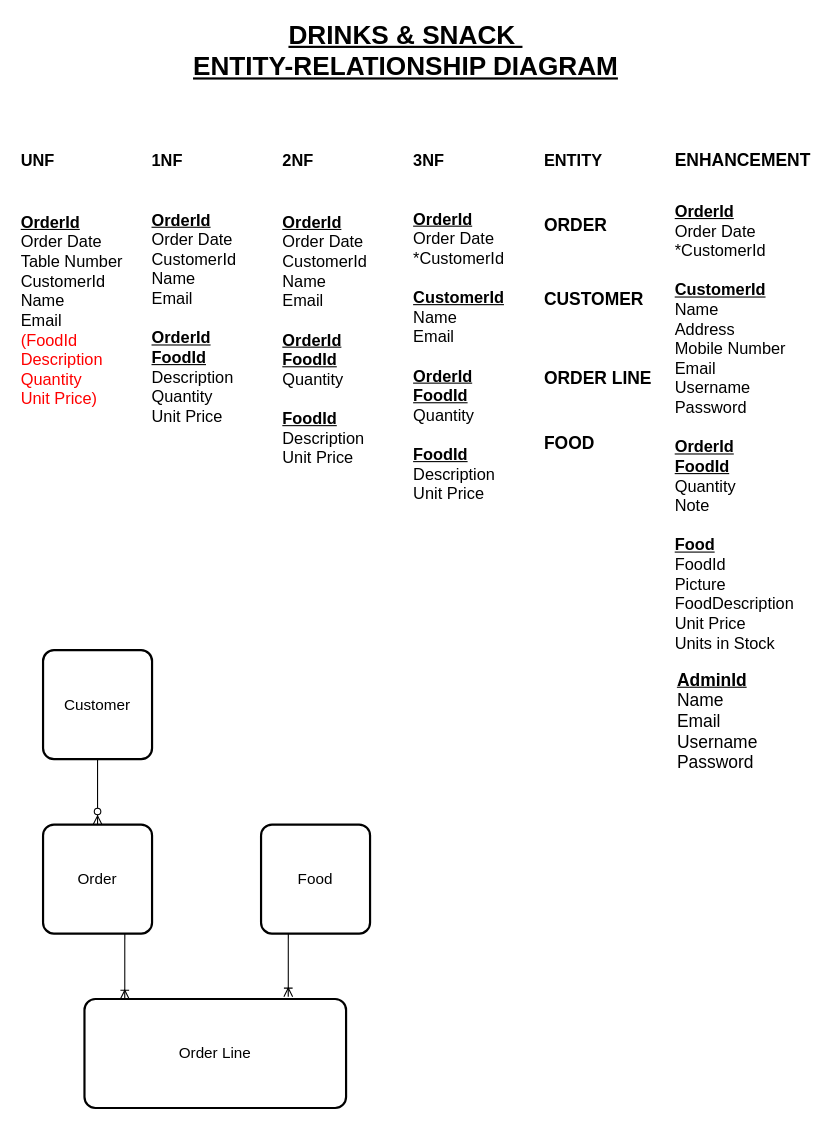
The draw.io diagram ISAD251_CW_ERD/ISAD251_CW_ERD.drawio in Stephen-Daniel/isad251_cw_2019, before the edit. Source tidied: cells renumbered, new cells numbered last; positions are measured from the earlier drawing's top-left corner, leaving out a move shared by most shapes. Both pictures are drawn from the tidied source at 109%, with x=0, y=0 at pixel (19, 39).
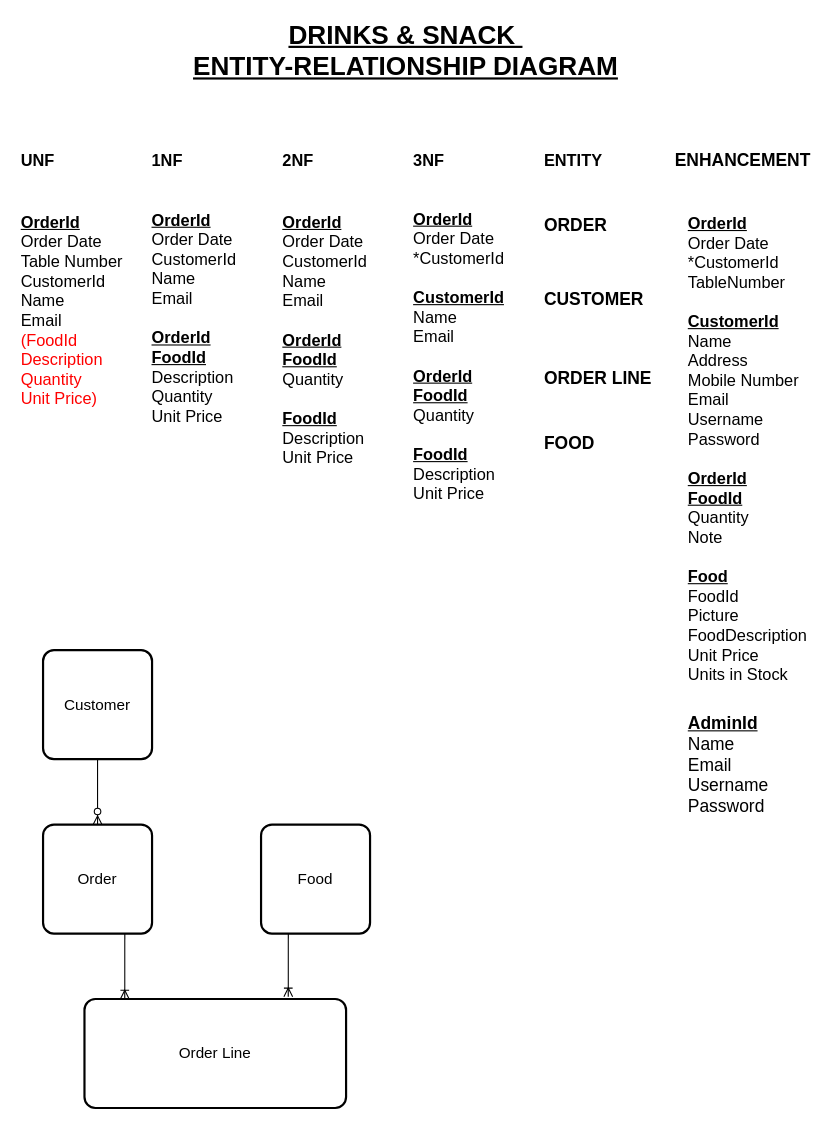
After the change.

Commit message (it also covers changes not shown here):
added first part of database food-data orders-data and orderlines

The edit, as a diff of the source:
```diff
@@
-    <mxCell id="17" value="&lt;b&gt;&lt;u&gt;OrderId&lt;/u&gt;&lt;/b&gt;&lt;br&gt;Order Date&lt;br&gt;*CustomerId&lt;br&gt;&lt;br&gt;&lt;b&gt;&lt;u&gt;CustomerId&lt;/u&gt;&lt;/b&gt;&lt;br&gt;Name&lt;br&gt;Address&lt;br&gt;Mobile Number&lt;br&gt;Email&lt;br&gt;Username&lt;br&gt;Password&lt;br&gt;&lt;br&gt;&lt;b&gt;&lt;u&gt;OrderId&lt;br&gt;FoodId&lt;/u&gt;&lt;/b&gt;&lt;br&gt;Quantity&lt;br&gt;Note&lt;br&gt;&lt;br&gt;&lt;b&gt;&lt;u&gt;Food&lt;/u&gt;&lt;/b&gt;&lt;br&gt;FoodId&lt;br&gt;Picture&lt;br&gt;FoodDescription&lt;br&gt;Unit Price&lt;br&gt;Units in Stock" style="text;html=1;strokeColor=none;fillColor=none;align=left;verticalAlign=middle;whiteSpace=wrap;rounded=0;fontSize=15;" parent="1" vertex="1">
-      <mxGeometry x="600" y="160" width="110" height="390" as="geometry" />
+    <mxCell id="17" value="&lt;b&gt;&lt;u&gt;OrderId&lt;/u&gt;&lt;/b&gt;&lt;br&gt;Order Date&lt;br&gt;*CustomerId&lt;br&gt;TableNumber&lt;br&gt;&lt;br&gt;&lt;b&gt;&lt;u&gt;CustomerId&lt;/u&gt;&lt;/b&gt;&lt;br&gt;Name&lt;br&gt;Address&lt;br&gt;Mobile Number&lt;br&gt;Email&lt;br&gt;Username&lt;br&gt;Password&lt;br&gt;&lt;br&gt;&lt;b&gt;&lt;u&gt;OrderId&lt;br&gt;FoodId&lt;/u&gt;&lt;/b&gt;&lt;br&gt;Quantity&lt;br&gt;Note&lt;br&gt;&lt;br&gt;&lt;b&gt;&lt;u&gt;Food&lt;/u&gt;&lt;/b&gt;&lt;br&gt;FoodId&lt;br&gt;Picture&lt;br&gt;FoodDescription&lt;br&gt;Unit Price&lt;br&gt;Units in Stock" style="text;html=1;strokeColor=none;fillColor=none;align=left;verticalAlign=middle;whiteSpace=wrap;rounded=0;fontSize=15;" parent="1" vertex="1">
+      <mxGeometry x="612" y="150" width="110" height="450" as="geometry" />
     </mxCell>
@@
     <mxCell id="26" value="&lt;b&gt;&lt;u&gt;AdminId&lt;/u&gt;&lt;/b&gt;&lt;br&gt;Name&lt;br&gt;Email&lt;br&gt;Username&lt;br&gt;Password" style="text;html=1;strokeColor=none;fillColor=none;align=left;verticalAlign=middle;whiteSpace=wrap;rounded=0;fontSize=16;" parent="1" vertex="1">
-      <mxGeometry x="602" y="580" width="70" height="90" as="geometry" />
+      <mxGeometry x="612" y="620" width="70" height="90" as="geometry" />
     </mxCell>
```
